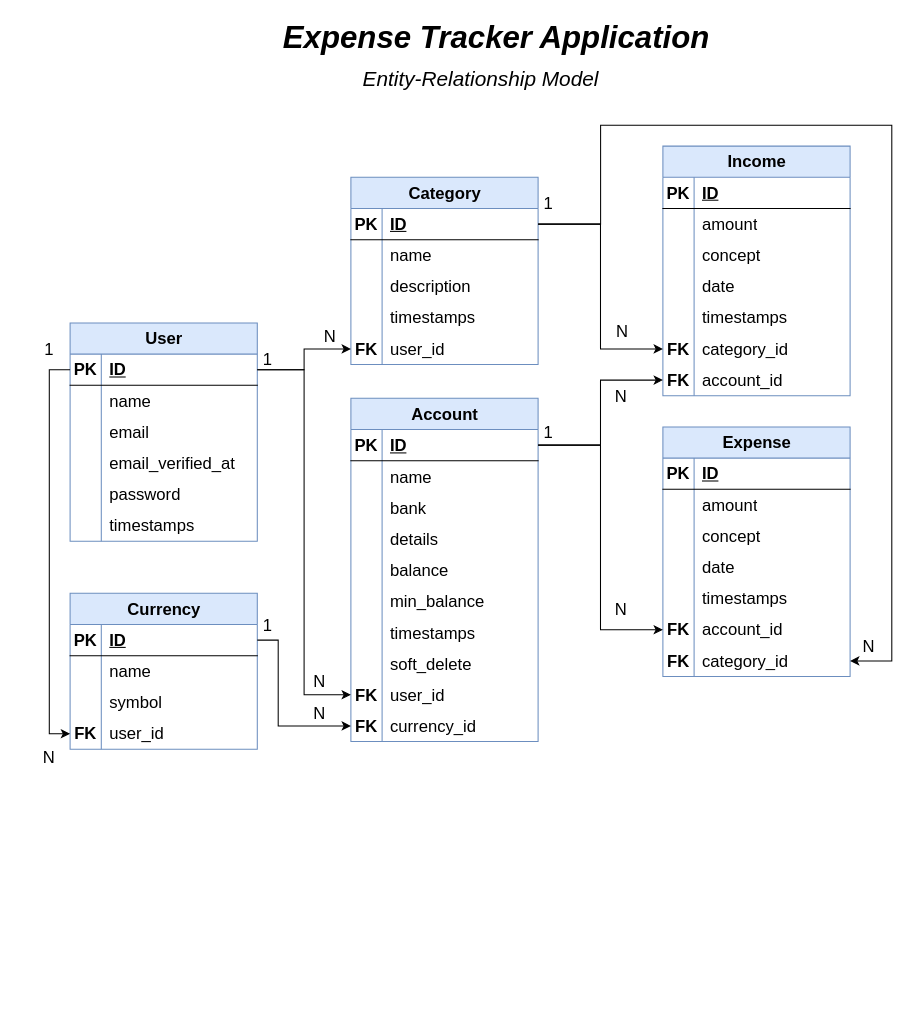
The draw.io diagram docs/Entity-Relationship-Diagram.drawio in Dava2310/Expense-Tracker, before the edit. Source tidied: cells renumbered, new cells numbered last; positions are measured from the earlier drawing's top-left corner, leaving out a move shared by most shapes. Both pictures are drawn from the tidied source at 104%, with x=0, y=0 at pixel (18, 21).
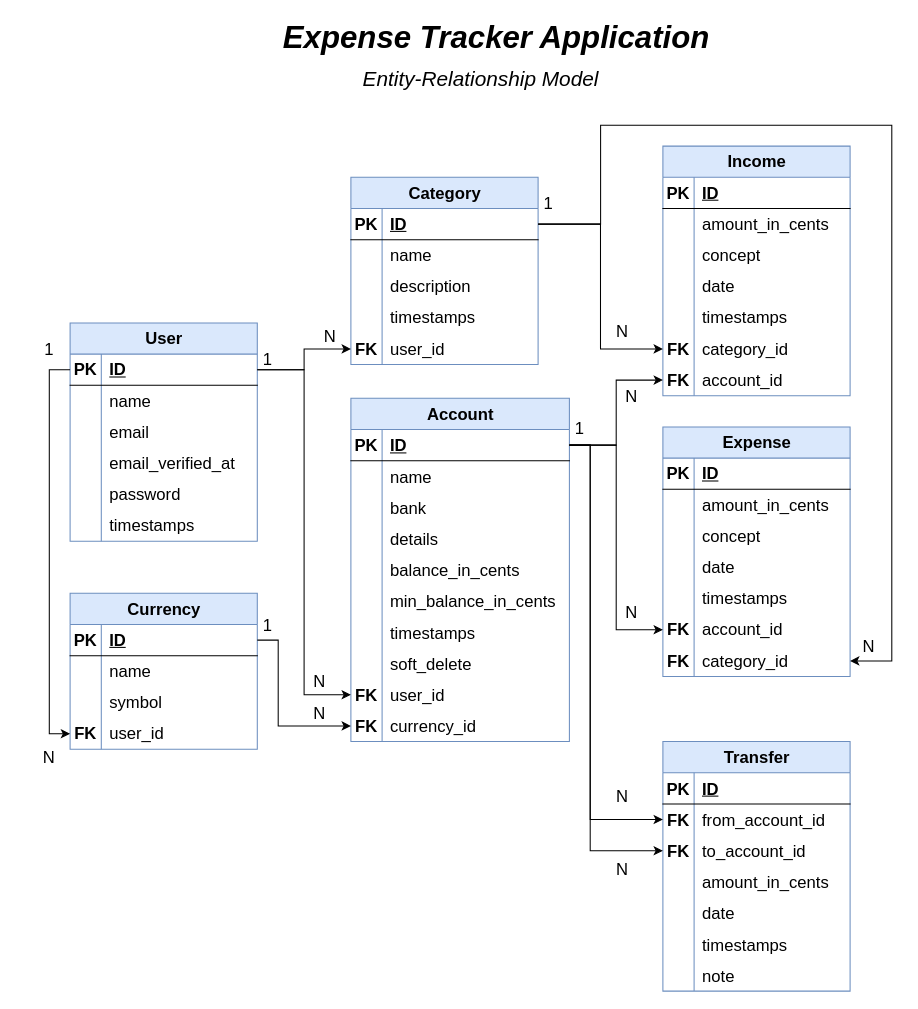
After the change.

Commit message (it also covers changes not shown here):
refactor: trim validation messages, seed 30 entries, add transfers to the ERD (#68)

Unchanged cells that the change refers to:
```xml
<mxCell id="56" style="shape=tableRow;horizontal=0;startSize=0;swimlaneHead=0;swimlaneBody=0;fillColor=none;top=0;left=0;right=0;bottom=0;fontSize=16;" parent="52" vertex="1">
  <mxGeometry y="60" width="180" height="30" as="geometry" />
</mxCell>
<mxCell id="78" style="shape=tableRow;horizontal=0;startSize=0;swimlaneHead=0;swimlaneBody=0;fillColor=none;top=0;left=0;right=0;bottom=0;fontSize=16;" parent="74" vertex="1">
  <mxGeometry y="60" width="180" height="30" as="geometry" />
</mxCell>
```

The edit, as a diff of the source:
```diff
@@
     <mxCell id="21" value="Account" style="shape=table;startSize=30;childLayout=tableLayout;rowLines=0;fontStyle=1;align=center;html=1;fontSize=16;fillColor=#dae8fc;strokeColor=#6c8ebf;" parent="1" vertex="1">
-      <mxGeometry x="319.9" y="362.5" width="180" height="330" as="geometry" />
+      <mxGeometry x="319.9" y="362.5" width="210.1" height="330" as="geometry" />
     </mxCell>
     <mxCell id="22" style="shape=tableRow;horizontal=0;startSize=0;swimlaneHead=0;swimlaneBody=0;fillColor=none;points=[[0,0.5],[1,0.5]];portConstraint=eastwest;top=0;left=0;right=0;bottom=1;fontSize=16;" parent="21" vertex="1">
-      <mxGeometry y="30" width="180" height="30" as="geometry" />
+      <mxGeometry y="30" width="210.1" height="30" as="geometry" />
     </mxCell>
@@
     <mxCell id="24" value="ID" style="shape=partialRectangle;fillColor=none;top=0;left=0;bottom=0;right=0;align=left;spacingLeft=6;fontStyle=5;overflow=hidden;whiteSpace=wrap;html=1;fontSize=16;" parent="22" vertex="1">
-      <mxGeometry x="30" width="150" height="30" as="geometry" />
+      <mxGeometry x="30" width="180.1" height="30" as="geometry" />
     </mxCell>
     <mxCell id="25" style="shape=tableRow;horizontal=0;startSize=0;swimlaneHead=0;swimlaneBody=0;fillColor=none;top=0;left=0;right=0;bottom=0;fontSize=16;" parent="21" vertex="1">
-      <mxGeometry y="60" width="180" height="30" as="geometry" />
+      <mxGeometry y="60" width="210.1" height="30" as="geometry" />
     </mxCell>
@@
     <mxCell id="27" value="name" style="shape=partialRectangle;fillColor=none;top=0;left=0;bottom=0;right=0;align=left;spacingLeft=6;overflow=hidden;whiteSpace=wrap;html=1;fontSize=16;" parent="25" vertex="1">
-      <mxGeometry x="30" width="150" height="30" as="geometry" />
+      <mxGeometry x="30" width="180.1" height="30" as="geometry" />
     </mxCell>
     <mxCell id="28" style="shape=tableRow;horizontal=0;startSize=0;swimlaneHead=0;swimlaneBody=0;fillColor=none;top=0;left=0;right=0;bottom=0;fontSize=16;" parent="21" vertex="1">
-      <mxGeometry y="90" width="180" height="30" as="geometry" />
+      <mxGeometry y="90" width="210.1" height="30" as="geometry" />
     </mxCell>
@@
     <mxCell id="30" value="bank" style="shape=partialRectangle;fillColor=none;top=0;left=0;bottom=0;right=0;align=left;spacingLeft=6;overflow=hidden;whiteSpace=wrap;html=1;fontSize=16;" parent="28" vertex="1">
-      <mxGeometry x="30" width="150" height="30" as="geometry" />
+      <mxGeometry x="30" width="180.1" height="30" as="geometry" />
     </mxCell>
     <mxCell id="31" style="shape=tableRow;horizontal=0;startSize=0;swimlaneHead=0;swimlaneBody=0;fillColor=none;top=0;left=0;right=0;bottom=0;fontSize=16;" parent="21" vertex="1">
-      <mxGeometry y="120" width="180" height="30" as="geometry" />
+      <mxGeometry y="120" width="210.1" height="30" as="geometry" />
     </mxCell>
@@
     <mxCell id="33" value="details" style="shape=partialRectangle;fillColor=none;top=0;left=0;bottom=0;right=0;align=left;spacingLeft=6;overflow=hidden;whiteSpace=wrap;html=1;fontSize=16;" parent="31" vertex="1">
-      <mxGeometry x="30" width="150" height="30" as="geometry" />
+      <mxGeometry x="30" width="180.1" height="30" as="geometry" />
     </mxCell>
     <mxCell id="34" style="shape=tableRow;horizontal=0;startSize=0;swimlaneHead=0;swimlaneBody=0;fillColor=none;top=0;left=0;right=0;bottom=0;fontSize=16;" parent="21" vertex="1">
-      <mxGeometry y="150" width="180" height="30" as="geometry" />
+      <mxGeometry y="150" width="210.1" height="30" as="geometry" />
     </mxCell>
@@
-    <mxCell id="36" value="balance" style="shape=partialRectangle;fillColor=none;top=0;left=0;bottom=0;right=0;align=left;spacingLeft=6;overflow=hidden;whiteSpace=wrap;html=1;fontSize=16;" parent="34" vertex="1">
-      <mxGeometry x="30" width="150" height="30" as="geometry" />
+    <mxCell id="36" value="balance_in_cents" style="shape=partialRectangle;fillColor=none;top=0;left=0;bottom=0;right=0;align=left;spacingLeft=6;overflow=hidden;whiteSpace=wrap;html=1;fontSize=16;" parent="34" vertex="1">
+      <mxGeometry x="30" width="180.1" height="30" as="geometry" />
     </mxCell>
     <mxCell id="37" style="shape=tableRow;horizontal=0;startSize=0;swimlaneHead=0;swimlaneBody=0;fillColor=none;top=0;left=0;right=0;bottom=0;fontSize=16;" parent="21" vertex="1">
-      <mxGeometry y="180" width="180" height="30" as="geometry" />
+      <mxGeometry y="180" width="210.1" height="30" as="geometry" />
     </mxCell>
@@
-    <mxCell id="39" value="min_balance" style="shape=partialRectangle;fillColor=none;top=0;left=0;bottom=0;right=0;align=left;spacingLeft=6;overflow=hidden;whiteSpace=wrap;html=1;fontSize=16;" parent="37" vertex="1">
-      <mxGeometry x="30" width="150" height="30" as="geometry" />
+    <mxCell id="39" value="min_balance_in_cents" style="shape=partialRectangle;fillColor=none;top=0;left=0;bottom=0;right=0;align=left;spacingLeft=6;overflow=hidden;whiteSpace=wrap;html=1;fontSize=16;" parent="37" vertex="1">
+      <mxGeometry x="30" width="180.1" height="30" as="geometry" />
     </mxCell>
     <mxCell id="40" style="shape=tableRow;horizontal=0;startSize=0;swimlaneHead=0;swimlaneBody=0;fillColor=none;top=0;left=0;right=0;bottom=0;fontSize=16;" parent="21" vertex="1">
-      <mxGeometry y="210" width="180" height="30" as="geometry" />
+      <mxGeometry y="210" width="210.1" height="30" as="geometry" />
     </mxCell>
@@
     <mxCell id="42" value="timestamps" style="shape=partialRectangle;fillColor=none;top=0;left=0;bottom=0;right=0;align=left;spacingLeft=6;overflow=hidden;whiteSpace=wrap;html=1;fontSize=16;" parent="40" vertex="1">
-      <mxGeometry x="30" width="150" height="30" as="geometry" />
+      <mxGeometry x="30" width="180.1" height="30" as="geometry" />
     </mxCell>
     <mxCell id="43" style="shape=tableRow;horizontal=0;startSize=0;swimlaneHead=0;swimlaneBody=0;fillColor=none;top=0;left=0;right=0;bottom=0;fontSize=16;" parent="21" vertex="1">
-      <mxGeometry y="240" width="180" height="30" as="geometry" />
+      <mxGeometry y="240" width="210.1" height="30" as="geometry" />
     </mxCell>
@@
     <mxCell id="45" value="soft_delete" style="shape=partialRectangle;fillColor=none;top=0;left=0;bottom=0;right=0;align=left;spacingLeft=6;overflow=hidden;whiteSpace=wrap;html=1;fontSize=16;" parent="43" vertex="1">
-      <mxGeometry x="30" width="150" height="30" as="geometry" />
+      <mxGeometry x="30" width="180.1" height="30" as="geometry" />
     </mxCell>
     <mxCell id="46" style="shape=tableRow;horizontal=0;startSize=0;swimlaneHead=0;swimlaneBody=0;fillColor=none;points=[[0,0.5],[1,0.5]];portConstraint=eastwest;top=0;left=0;right=0;bottom=0;fontSize=16;" parent="21" vertex="1">
-      <mxGeometry y="270" width="180" height="30" as="geometry" />
+      <mxGeometry y="270" width="210.1" height="30" as="geometry" />
     </mxCell>
@@
     <mxCell id="48" value="user_id" style="shape=partialRectangle;fillColor=none;top=0;left=0;bottom=0;right=0;align=left;spacingLeft=6;overflow=hidden;whiteSpace=wrap;html=1;fontSize=16;" parent="46" vertex="1">
-      <mxGeometry x="30" width="150" height="30" as="geometry" />
+      <mxGeometry x="30" width="180.1" height="30" as="geometry" />
     </mxCell>
     <mxCell id="49" style="shape=tableRow;horizontal=0;startSize=0;swimlaneHead=0;swimlaneBody=0;fillColor=none;points=[[0,0.5],[1,0.5]];portConstraint=eastwest;top=0;left=0;right=0;bottom=0;fontSize=16;" parent="21" vertex="1">
-      <mxGeometry y="300" width="180" height="30" as="geometry" />
+      <mxGeometry y="300" width="210.1" height="30" as="geometry" />
     </mxCell>
@@
     <mxCell id="51" value="currency_id" style="shape=partialRectangle;fillColor=none;top=0;left=0;bottom=0;right=0;align=left;spacingLeft=6;overflow=hidden;whiteSpace=wrap;html=1;fontSize=16;" parent="49" vertex="1">
-      <mxGeometry x="30" width="150" height="30" as="geometry" />
+      <mxGeometry x="30" width="180.1" height="30" as="geometry" />
     </mxCell>
@@
-    <mxCell id="58" value="amount" style="shape=partialRectangle;fillColor=none;top=0;left=0;bottom=0;right=0;align=left;spacingLeft=6;overflow=hidden;whiteSpace=wrap;html=1;fontSize=16;" parent="56" vertex="1">
+    <mxCell id="58" value="amount_in_cents" style="shape=partialRectangle;fillColor=none;top=0;left=0;bottom=0;right=0;align=left;spacingLeft=6;overflow=hidden;whiteSpace=wrap;html=1;fontSize=16;" parent="56" vertex="1">
       <mxGeometry x="30" width="150" height="30" as="geometry" />
     </mxCell>
@@
-    <mxCell id="80" value="amount" style="shape=partialRectangle;fillColor=none;top=0;left=0;bottom=0;right=0;align=left;spacingLeft=6;overflow=hidden;whiteSpace=wrap;html=1;fontSize=16;" parent="78" vertex="1">
+    <mxCell id="80" value="amount_in_cents" style="shape=partialRectangle;fillColor=none;top=0;left=0;bottom=0;right=0;align=left;spacingLeft=6;overflow=hidden;whiteSpace=wrap;html=1;fontSize=16;" parent="78" vertex="1">
       <mxGeometry x="30" width="150" height="30" as="geometry" />
     </mxCell>
@@
     <mxCell id="143" value="1" style="text;html=1;whiteSpace=wrap;strokeColor=none;fillColor=none;align=center;verticalAlign=middle;rounded=0;fontSize=16;" parent="1" vertex="1">
-      <mxGeometry x="480" y="380" width="60" height="30" as="geometry" />
+      <mxGeometry x="510" y="376" width="60" height="30" as="geometry" />
     </mxCell>
     <mxCell id="144" value="N" style="text;html=1;whiteSpace=wrap;strokeColor=none;fillColor=none;align=center;verticalAlign=middle;rounded=0;fontSize=16;" parent="1" vertex="1">
-      <mxGeometry x="550" y="550" width="60" height="30" as="geometry" />
+      <mxGeometry x="560" y="553" width="60" height="30" as="geometry" />
     </mxCell>
     <mxCell id="145" value="N" style="text;html=1;whiteSpace=wrap;strokeColor=none;fillColor=none;align=center;verticalAlign=middle;rounded=0;fontSize=16;" parent="1" vertex="1">
-      <mxGeometry x="550" y="346" width="60" height="30" as="geometry" />
+      <mxGeometry x="559.9" y="346" width="60" height="30" as="geometry" />
     </mxCell>
@@
+    <mxCell id="148" value="Transfer" style="shape=table;startSize=30;childLayout=tableLayout;rowLines=0;fontStyle=1;align=center;html=1;fontSize=16;fillColor=#dae8fc;strokeColor=#6c8ebf;" parent="1" vertex="1">
+      <mxGeometry x="619.9" y="692.5" width="180" height="240" as="geometry" />
+    </mxCell>
+    <mxCell id="149" style="shape=tableRow;horizontal=0;startSize=0;swimlaneHead=0;swimlaneBody=0;fillColor=none;top=0;left=0;right=0;bottom=1;fontSize=16;" parent="148" vertex="1">
+      <mxGeometry y="30" width="180" height="30" as="geometry" />
+    </mxCell>
+    <mxCell id="150" value="PK" style="shape=partialRectangle;fillColor=none;top=0;left=0;bottom=0;right=0;fontStyle=1;overflow=hidden;whiteSpace=wrap;html=1;fontSize=16;" parent="149" vertex="1">
+      <mxGeometry width="30" height="30" as="geometry" />
+    </mxCell>
+    <mxCell id="151" value="ID" style="shape=partialRectangle;fillColor=none;top=0;left=0;bottom=0;right=0;align=left;spacingLeft=6;fontStyle=5;overflow=hidden;whiteSpace=wrap;html=1;fontSize=16;" parent="149" vertex="1">
+      <mxGeometry x="30" width="150" height="30" as="geometry" />
+    </mxCell>
+    <mxCell id="152" style="shape=tableRow;horizontal=0;startSize=0;swimlaneHead=0;swimlaneBody=0;fillColor=none;points=[[0,0.5],[1,0.5]];portConstraint=eastwest;top=0;left=0;right=0;bottom=0;fontSize=16;" parent="148" vertex="1">
+      <mxGeometry y="60" width="180" height="30" as="geometry" />
+    </mxCell>
+    <mxCell id="153" value="&lt;b&gt;FK&lt;/b&gt;" style="shape=partialRectangle;fillColor=none;top=0;left=0;bottom=0;right=0;overflow=hidden;whiteSpace=wrap;html=1;fontSize=16;" parent="152" vertex="1">
+      <mxGeometry width="30" height="30" as="geometry" />
+    </mxCell>
+    <mxCell id="154" value="from_account_id" style="shape=partialRectangle;fillColor=none;top=0;left=0;bottom=0;right=0;align=left;spacingLeft=6;overflow=hidden;whiteSpace=wrap;html=1;fontSize=16;" parent="152" vertex="1">
+      <mxGeometry x="30" width="150" height="30" as="geometry" />
+    </mxCell>
+    <mxCell id="155" style="shape=tableRow;horizontal=0;startSize=0;swimlaneHead=0;swimlaneBody=0;fillColor=none;points=[[0,0.5],[1,0.5]];portConstraint=eastwest;top=0;left=0;right=0;bottom=0;fontSize=16;" parent="148" vertex="1">
+      <mxGeometry y="90" width="180" height="30" as="geometry" />
+    </mxCell>
+    <mxCell id="156" value="&lt;b&gt;FK&lt;/b&gt;" style="shape=partialRectangle;fillColor=none;top=0;left=0;bottom=0;right=0;overflow=hidden;whiteSpace=wrap;html=1;fontSize=16;" parent="155" vertex="1">
+      <mxGeometry width="30" height="30" as="geometry" />
+    </mxCell>
+    <mxCell id="157" value="to_account_id" style="shape=partialRectangle;fillColor=none;top=0;left=0;bottom=0;right=0;align=left;spacingLeft=6;overflow=hidden;whiteSpace=wrap;html=1;fontSize=16;" parent="155" vertex="1">
+      <mxGeometry x="30" width="150" height="30" as="geometry" />
+    </mxCell>
+    <mxCell id="158" style="shape=tableRow;horizontal=0;startSize=0;swimlaneHead=0;swimlaneBody=0;fillColor=none;top=0;left=0;right=0;bottom=0;fontSize=16;" parent="148" vertex="1">
+      <mxGeometry y="120" width="180" height="30" as="geometry" />
+    </mxCell>
+    <mxCell id="159" style="shape=partialRectangle;fillColor=none;top=0;left=0;bottom=0;right=0;overflow=hidden;whiteSpace=wrap;html=1;fontSize=16;" parent="158" vertex="1">
+      <mxGeometry width="30" height="30" as="geometry" />
+    </mxCell>
+    <mxCell id="160" value="amount_in_cents" style="shape=partialRectangle;fillColor=none;top=0;left=0;bottom=0;right=0;align=left;spacingLeft=6;overflow=hidden;whiteSpace=wrap;html=1;fontSize=16;" parent="158" vertex="1">
+      <mxGeometry x="30" width="150" height="30" as="geometry" />
+    </mxCell>
+    <mxCell id="161" style="shape=tableRow;horizontal=0;startSize=0;swimlaneHead=0;swimlaneBody=0;fillColor=none;top=0;left=0;right=0;bottom=0;fontSize=16;" parent="148" vertex="1">
+      <mxGeometry y="150" width="180" height="30" as="geometry" />
+    </mxCell>
+    <mxCell id="162" style="shape=partialRectangle;fillColor=none;top=0;left=0;bottom=0;right=0;overflow=hidden;whiteSpace=wrap;html=1;fontSize=16;" parent="161" vertex="1">
+      <mxGeometry width="30" height="30" as="geometry" />
+    </mxCell>
+    <mxCell id="163" value="date" style="shape=partialRectangle;fillColor=none;top=0;left=0;bottom=0;right=0;align=left;spacingLeft=6;overflow=hidden;whiteSpace=wrap;html=1;fontSize=16;" parent="161" vertex="1">
+      <mxGeometry x="30" width="150" height="30" as="geometry" />
+    </mxCell>
+    <mxCell id="164" style="shape=tableRow;horizontal=0;startSize=0;swimlaneHead=0;swimlaneBody=0;fillColor=none;top=0;left=0;right=0;bottom=0;fontSize=16;" parent="148" vertex="1">
+      <mxGeometry y="180" width="180" height="30" as="geometry" />
+    </mxCell>
+    <mxCell id="165" style="shape=partialRectangle;fillColor=none;top=0;left=0;bottom=0;right=0;overflow=hidden;whiteSpace=wrap;html=1;fontSize=16;" parent="164" vertex="1">
+      <mxGeometry width="30" height="30" as="geometry" />
+    </mxCell>
+    <mxCell id="166" value="timestamps" style="shape=partialRectangle;fillColor=none;top=0;left=0;bottom=0;right=0;align=left;spacingLeft=6;overflow=hidden;whiteSpace=wrap;html=1;fontSize=16;" parent="164" vertex="1">
+      <mxGeometry x="30" width="150" height="30" as="geometry" />
+    </mxCell>
+    <mxCell id="167" style="shape=tableRow;horizontal=0;startSize=0;swimlaneHead=0;swimlaneBody=0;fillColor=none;top=0;left=0;right=0;bottom=0;fontSize=16;" parent="148" vertex="1">
+      <mxGeometry y="210" width="180" height="30" as="geometry" />
+    </mxCell>
+    <mxCell id="168" style="shape=partialRectangle;fillColor=none;top=0;left=0;bottom=0;right=0;overflow=hidden;whiteSpace=wrap;html=1;fontSize=16;" parent="167" vertex="1">
+      <mxGeometry width="30" height="30" as="geometry" />
+    </mxCell>
+    <mxCell id="169" value="note" style="shape=partialRectangle;fillColor=none;top=0;left=0;bottom=0;right=0;align=left;spacingLeft=6;overflow=hidden;whiteSpace=wrap;html=1;fontSize=16;" parent="167" vertex="1">
+      <mxGeometry x="30" width="150" height="30" as="geometry" />
+    </mxCell>
+    <mxCell id="170" style="edgeStyle=orthogonalEdgeStyle;rounded=0;jettySize=auto;html=1;exitX=1;exitY=0.5;exitDx=0;exitDy=0;entryX=0;entryY=0.5;entryDx=0;entryDy=0;" parent="1" edge="1" source="22" target="152">
+      <mxGeometry relative="1" as="geometry">
+        <Array as="points">
+          <mxPoint x="550" y="408" />
+          <mxPoint x="550" y="768" />
+        </Array>
+      </mxGeometry>
+    </mxCell>
+    <mxCell id="171" style="edgeStyle=orthogonalEdgeStyle;rounded=0;jettySize=auto;html=1;exitX=1;exitY=0.5;exitDx=0;exitDy=0;entryX=0;entryY=0.5;entryDx=0;entryDy=0;" parent="1" edge="1" source="22" target="155">
+      <mxGeometry relative="1" as="geometry">
+        <Array as="points">
+          <mxPoint x="550" y="408" />
+          <mxPoint x="550" y="798" />
+        </Array>
+      </mxGeometry>
+    </mxCell>
+    <mxCell id="172" value="N" style="text;html=1;whiteSpace=wrap;strokeColor=none;fillColor=none;align=center;verticalAlign=middle;rounded=0;fontSize=16;" parent="1" vertex="1">
+      <mxGeometry x="551" y="730" width="60" height="30" as="geometry" />
+    </mxCell>
+    <mxCell id="173" value="N" style="text;html=1;whiteSpace=wrap;strokeColor=none;fillColor=none;align=center;verticalAlign=middle;rounded=0;fontSize=16;" parent="1" vertex="1">
+      <mxGeometry x="551" y="800" width="60" height="30" as="geometry" />
+    </mxCell>
```
